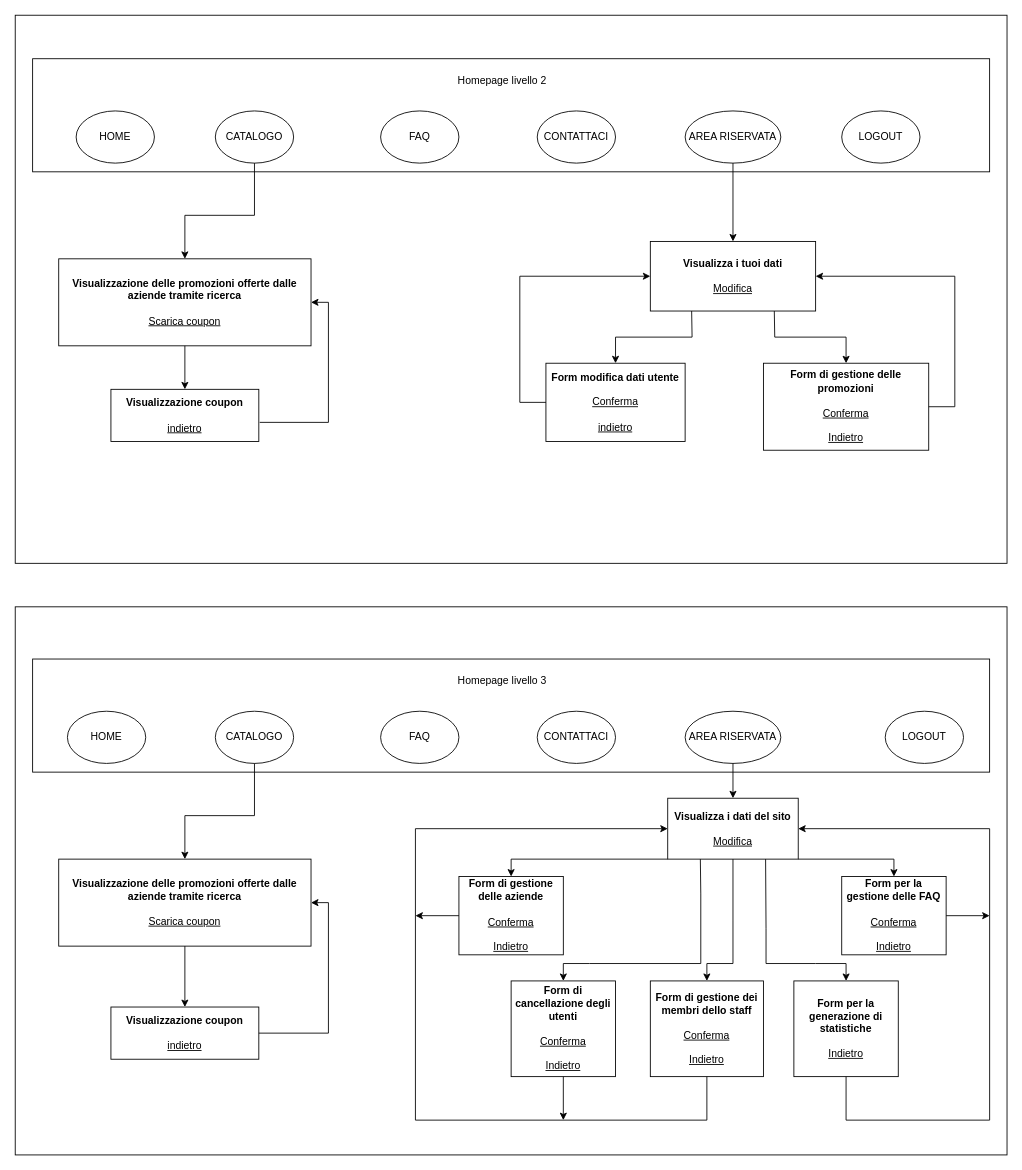
MatteoSeresi/ProgettoWeb16 keeps this draw.io diagram as page "Lv2-3" (1 of 3) of Schema dei link/Livello 2 e 3.drawio. Above is the earlier version. Source tidied: cells renumbered, new cells numbered last; positions are measured from the earlier drawing's top-left corner, leaving out a move shared by most shapes. Both pictures are drawn from the tidied source at 87%, with x=0, y=0 at pixel (15, 15).
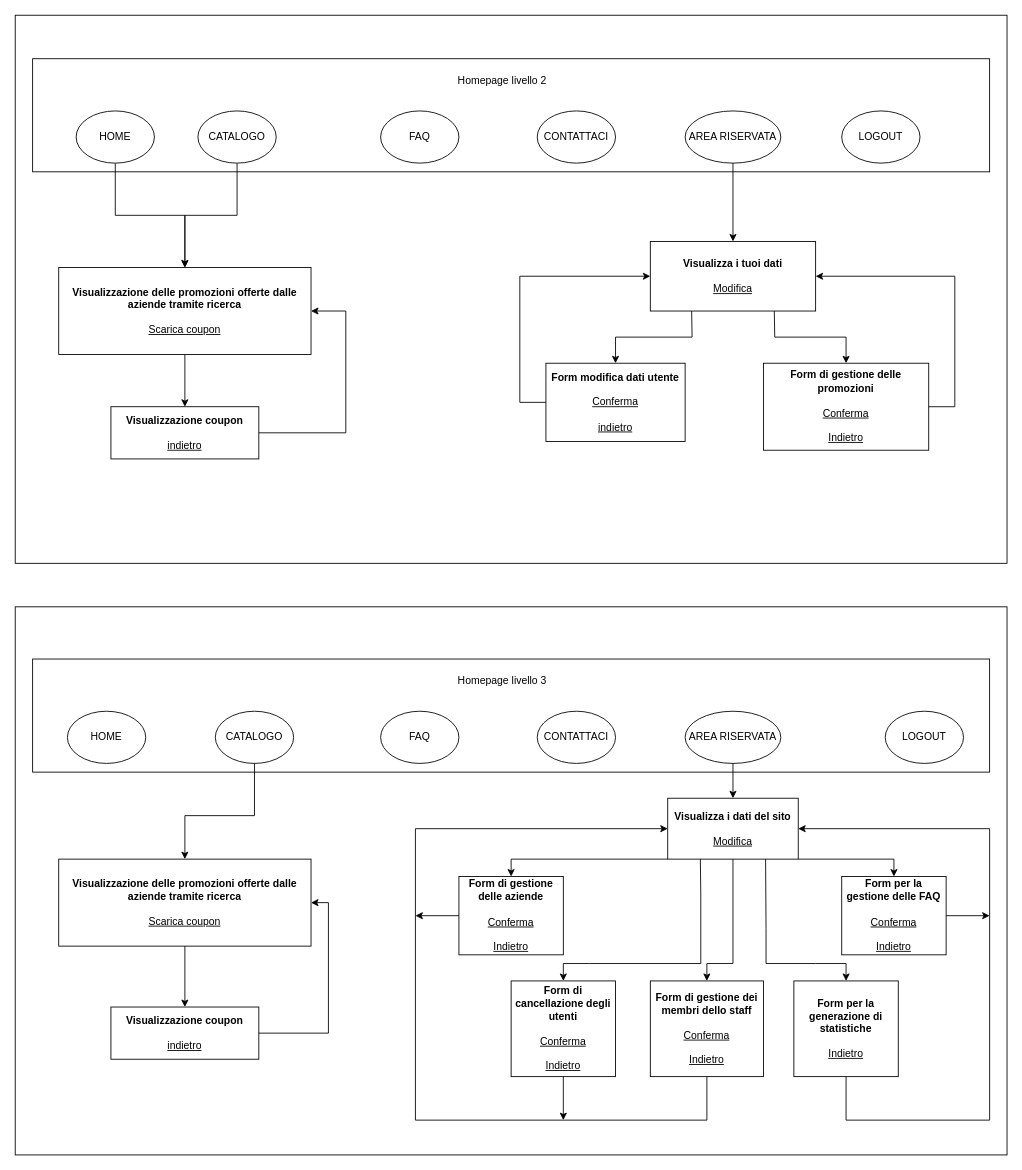
The same diagram, later.

Commit message (it also covers changes not shown here):
mappa link

Unchanged cells that the change refers to:
```xml
<mxCell id="5" value="HOME" style="ellipse;whiteSpace=wrap;html=1;" parent="1" vertex="1">
  <mxGeometry x="70" y="110" width="90" height="60" as="geometry" />
</mxCell>
```

Change to the diagram source:
```diff
@@
+    <mxCell id="7" style="edgeStyle=orthogonalEdgeStyle;rounded=0;jettySize=auto;html=1;exitX=0.5;exitY=1;exitDx=0;exitDy=0;entryX=0.5;entryY=0;entryDx=0;entryDy=0;" parent="1" edge="1" source="4" target="6">
+      <mxGeometry relative="1" as="geometry" />
+    </mxCell>
     <mxCell id="4" value="CATALOGO" style="ellipse;whiteSpace=wrap;html=1;" parent="1" vertex="1">
-      <mxGeometry x="230" y="110" width="90" height="60" as="geometry" />
+      <mxGeometry x="210" y="110" width="90" height="60" as="geometry" />
     </mxCell>
+    <mxCell id="55" style="edgeStyle=orthogonalEdgeStyle;rounded=0;jettySize=auto;html=1;exitX=0.5;exitY=1;exitDx=0;exitDy=0;entryX=0.5;entryY=0;entryDx=0;entryDy=0;" parent="1" edge="1" source="5" target="6">
+      <mxGeometry relative="1" as="geometry" />
+    </mxCell>
@@
     <mxCell id="6" value="&lt;b&gt;Visualizzazione delle promozioni offerte dalle aziende tramite ricerca&lt;/b&gt;&lt;br&gt;&lt;br&gt;&lt;u&gt;Scarica coupon&lt;/u&gt;" style="rounded=0;whiteSpace=wrap;html=1;" parent="1" vertex="1">
-      <mxGeometry x="50" y="280" width="290" height="100" as="geometry" />
+      <mxGeometry x="50" y="290" width="290" height="100" as="geometry" />
     </mxCell>
-    <mxCell id="7" style="endArrow=classic;html=1;rounded=0;exitX=0.5;exitY=1;exitDx=0;exitDy=0;entryX=0.5;entryY=0;entryDx=0;entryDy=0;" parent="1" edge="1" source="4" target="6">
-      <mxGeometry relative="1" as="geometry">
-        <Array as="points">
-          <mxPoint x="275" y="230" />
-          <mxPoint x="195" y="230" />
-        </Array>
-      </mxGeometry>
-    </mxCell>
+    <mxCell id="10" style="edgeStyle=orthogonalEdgeStyle;rounded=0;jettySize=auto;html=1;exitX=1;exitY=0.5;exitDx=0;exitDy=0;entryX=1;entryY=0.5;entryDx=0;entryDy=0;" parent="1" edge="1" source="8" target="6">
+      <mxGeometry relative="1" as="geometry">
+        <Array as="points">
+          <mxPoint x="380" y="480" />
+          <mxPoint x="380" y="340" />
+        </Array>
+      </mxGeometry>
+    </mxCell>
     <mxCell id="8" value="&lt;b&gt;Visualizzazione coupon&lt;/b&gt;&lt;br&gt;&lt;br&gt;&lt;u&gt;indietro&lt;/u&gt;" style="rounded=0;whiteSpace=wrap;html=1;" parent="1" vertex="1">
-      <mxGeometry x="110" y="430" width="170" height="60" as="geometry" />
+      <mxGeometry x="110" y="450" width="170" height="60" as="geometry" />
     </mxCell>
@@
-    <mxCell id="10" style="endArrow=classic;html=1;rounded=0;exitX=1.006;exitY=0.633;exitDx=0;exitDy=0;exitPerimeter=0;entryX=1;entryY=0.5;entryDx=0;entryDy=0;" parent="1" edge="1" source="8" target="6">
-      <mxGeometry relative="1" as="geometry">
-        <Array as="points">
-          <mxPoint x="360" y="468" />
-          <mxPoint x="360" y="330" />
-        </Array>
-      </mxGeometry>
-    </mxCell>
```
